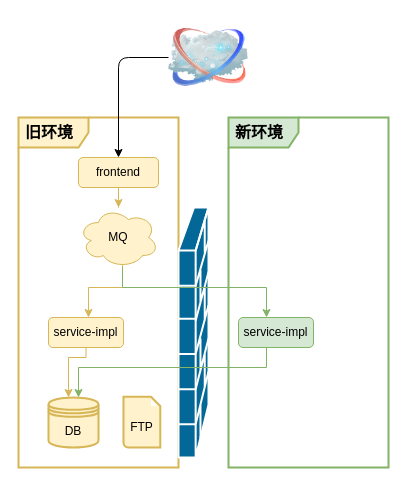
Earlier version of the draw.io diagram page "stage1" (1 of 2) of diagrams.net/update-aic-system.drawio (ZhengweiHou/simplegit). Source tidied: cells renumbered, new cells numbered last; positions are measured from the earlier drawing's top-left corner, leaving out a move shared by most shapes. Both pictures are drawn from the tidied source at 100%, with x=0, y=0 at pixel (18, 17).
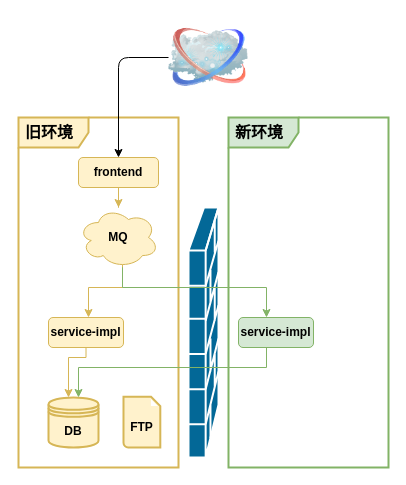
Above is the later version.

What changed in the source:
```diff
@@
-    <mxCell id="5" style="edgeStyle=orthogonalEdgeStyle;rounded=0;jettySize=auto;html=1;fillColor=#fff2cc;strokeColor=#d6b656;exitX=0.55;exitY=0.95;exitDx=0;exitDy=0;exitPerimeter=0;" parent="4" edge="1" source="6" target="13">
+    <mxCell id="5" style="edgeStyle=orthogonalEdgeStyle;rounded=0;jettySize=auto;html=1;fillColor=#fff2cc;strokeColor=#d6b656;exitX=0.55;exitY=0.95;exitDx=0;exitDy=0;exitPerimeter=0;fontStyle=1;" parent="4" edge="1" source="6" target="13">
       <mxGeometry relative="1" as="geometry">
         <Array as="points">
           <mxPoint x="104" y="270" />
           <mxPoint x="70" y="270" />
         </Array>
       </mxGeometry>
     </mxCell>
-    <mxCell id="6" value="MQ" style="ellipse;shape=cloud;whiteSpace=wrap;html=1;fillColor=#fff2cc;strokeColor=#d6b656;" parent="4" vertex="1">
+    <mxCell id="6" value="MQ" style="ellipse;shape=cloud;whiteSpace=wrap;html=1;fillColor=#fff2cc;strokeColor=#d6b656;fontStyle=1;" parent="4" vertex="1">
       <mxGeometry x="60" y="190" width="80" height="60" as="geometry" />
     </mxCell>
-    <mxCell id="7" style="edgeStyle=orthogonalEdgeStyle;rounded=0;jettySize=auto;html=1;fillColor=#fff2cc;strokeColor=#d6b656;" parent="4" edge="1" source="8" target="6">
+    <mxCell id="7" style="edgeStyle=orthogonalEdgeStyle;rounded=0;jettySize=auto;html=1;fillColor=#fff2cc;strokeColor=#d6b656;fontStyle=1;" parent="4" edge="1" source="8" target="6">
       <mxGeometry relative="1" as="geometry" />
     </mxCell>
-    <mxCell id="8" value="frontend" style="rounded=1;whiteSpace=wrap;html=1;fillColor=#fff2cc;strokeColor=#d6b656;" parent="4" vertex="1">
+    <mxCell id="8" value="frontend" style="rounded=1;whiteSpace=wrap;html=1;fillColor=#fff2cc;strokeColor=#d6b656;fontStyle=1;" parent="4" vertex="1">
       <mxGeometry x="60" y="140" width="80" height="30" as="geometry" />
     </mxCell>
-    <mxCell id="9" style="endArrow=classic;html=1;entryX=0.5;entryY=0;entryDx=0;entryDy=0;exitX=0;exitY=0.5;exitDx=0;exitDy=0;" parent="4" edge="1" source="10" target="8">
+    <mxCell id="9" style="endArrow=classic;html=1;entryX=0.5;entryY=0;entryDx=0;entryDy=0;exitX=0;exitY=0.5;exitDx=0;exitDy=0;fontStyle=1;" parent="4" edge="1" source="10" target="8">
       <mxGeometry relative="1" as="geometry">
         <Array as="points">
           <mxPoint x="100" y="40" />
         </Array>
       </mxGeometry>
     </mxCell>
-    <mxCell id="10" style="image;html=1;image=img/lib/clip_art/networking/Cloud_128x128.png;" parent="4" vertex="1">
+    <mxCell id="10" style="image;html=1;image=img/lib/clip_art/networking/Cloud_128x128.png;fontStyle=1;" parent="4" vertex="1">
       <mxGeometry x="150" width="80" height="80" as="geometry" />
     </mxCell>
-    <mxCell id="11" style="shape=mxgraph.cisco.security.firewall;html=1;dashed=0;fillColor=#036897;strokeColor=#ffffff;strokeWidth=2;verticalLabelPosition=bottom;verticalAlign=top;align=center;" parent="4" vertex="1">
-      <mxGeometry x="160" y="190" width="30" height="250" as="geometry" />
+    <mxCell id="11" style="shape=mxgraph.cisco.security.firewall;html=1;dashed=0;fillColor=#036897;strokeColor=#ffffff;strokeWidth=2;verticalLabelPosition=bottom;verticalAlign=top;align=center;fontStyle=1;" parent="4" vertex="1">
+      <mxGeometry x="170" y="190" width="30" height="250" as="geometry" />
     </mxCell>
-    <mxCell id="12" style="edgeStyle=orthogonalEdgeStyle;rounded=0;jettySize=auto;html=1;exitX=0.5;exitY=1;exitDx=0;exitDy=0;fillColor=#fff2cc;strokeColor=#d6b656;" parent="4" edge="1" source="13" target="16">
+    <mxCell id="12" style="edgeStyle=orthogonalEdgeStyle;rounded=0;jettySize=auto;html=1;exitX=0.5;exitY=1;exitDx=0;exitDy=0;fillColor=#fff2cc;strokeColor=#d6b656;fontStyle=1;" parent="4" edge="1" source="13" target="16">
       <mxGeometry relative="1" as="geometry">
         <Array as="points">
           <mxPoint x="67" y="340" />
           <mxPoint x="50" y="340" />
         </Array>
       </mxGeometry>
     </mxCell>
-    <mxCell id="13" value="service-impl" style="rounded=1;whiteSpace=wrap;html=1;fillColor=#fff2cc;strokeColor=#d6b656;" parent="4" vertex="1">
+    <mxCell id="13" value="service-impl" style="rounded=1;whiteSpace=wrap;html=1;fillColor=#fff2cc;strokeColor=#d6b656;fontStyle=1;" parent="4" vertex="1">
       <mxGeometry x="30" y="300" width="75" height="30" as="geometry" />
     </mxCell>
-    <mxCell id="14" style="edgeStyle=orthogonalEdgeStyle;rounded=0;jettySize=auto;html=1;fillColor=#d5e8d4;strokeColor=#82b366;" parent="4" edge="1" source="6" target="15">
+    <mxCell id="14" style="edgeStyle=orthogonalEdgeStyle;rounded=0;jettySize=auto;html=1;fillColor=#d5e8d4;strokeColor=#82b366;fontStyle=1;" parent="4" edge="1" source="6" target="15">
       <mxGeometry relative="1" as="geometry">
         <Array as="points">
           <mxPoint x="104" y="270" />
           <mxPoint x="248" y="270" />
         </Array>
       </mxGeometry>
     </mxCell>
-    <mxCell id="15" value="service-impl" style="rounded=1;whiteSpace=wrap;html=1;fillColor=#d5e8d4;strokeColor=#82b366;" parent="4" vertex="1">
+    <mxCell id="15" value="service-impl" style="rounded=1;whiteSpace=wrap;html=1;fillColor=#d5e8d4;strokeColor=#82b366;fontStyle=1;" parent="4" vertex="1">
       <mxGeometry x="220" y="300" width="75" height="30" as="geometry" />
     </mxCell>
-    <mxCell id="16" value="DB" style="shape=datastore;whiteSpace=wrap;html=1;sketch=0;strokeWidth=2;fillColor=#fff2cc;strokeColor=#d6b656;" parent="4" vertex="1">
+    <mxCell id="16" value="DB" style="shape=datastore;whiteSpace=wrap;html=1;sketch=0;strokeWidth=2;fillColor=#fff2cc;strokeColor=#d6b656;fontStyle=1;" parent="4" vertex="1">
       <mxGeometry x="30" y="380" width="50" height="50" as="geometry" />
     </mxCell>
-    <mxCell id="17" style="edgeStyle=orthogonalEdgeStyle;rounded=0;jettySize=auto;html=1;fillColor=#d5e8d4;strokeColor=#82b366;" parent="4" edge="1" source="15" target="16">
+    <mxCell id="17" style="edgeStyle=orthogonalEdgeStyle;rounded=0;jettySize=auto;html=1;fillColor=#d5e8d4;strokeColor=#82b366;fontStyle=1;" parent="4" edge="1" source="15" target="16">
       <mxGeometry relative="1" as="geometry">
         <Array as="points">
           <mxPoint x="248" y="350" />
           <mxPoint x="60" y="350" />
         </Array>
       </mxGeometry>
     </mxCell>
-    <mxCell id="18" style="group;" parent="4" vertex="1">
+    <mxCell id="18" style="group;fontStyle=1;" parent="4" vertex="1">
       <mxGeometry x="103.4" y="379.2" width="40" height="50.8" as="geometry" />
     </mxCell>
-    <mxCell id="19" style="shadow=0;dashed=0;html=1;strokeColor=#d6b656;fillColor=#fff2cc;labelPosition=center;verticalLabelPosition=bottom;verticalAlign=top;align=center;shape=mxgraph.veeam.2d.file;sketch=0;strokeWidth=2;" parent="18" vertex="1">
+    <mxCell id="19" style="shadow=0;dashed=0;html=1;strokeColor=#d6b656;fillColor=#fff2cc;labelPosition=center;verticalLabelPosition=bottom;verticalAlign=top;align=center;shape=mxgraph.veeam.2d.file;sketch=0;strokeWidth=2;fontStyle=1;" parent="18" vertex="1">
       <mxGeometry x="1.6" width="36.8" height="50.8" as="geometry" />
     </mxCell>
-    <mxCell id="20" value="FTP" style="text;html=1;align=center;verticalAlign=middle;" parent="18" vertex="1">
+    <mxCell id="20" value="FTP" style="text;html=1;align=center;verticalAlign=middle;fontStyle=1;" parent="18" vertex="1">
       <mxGeometry y="20.8" width="40" height="20" as="geometry" />
     </mxCell>
```
